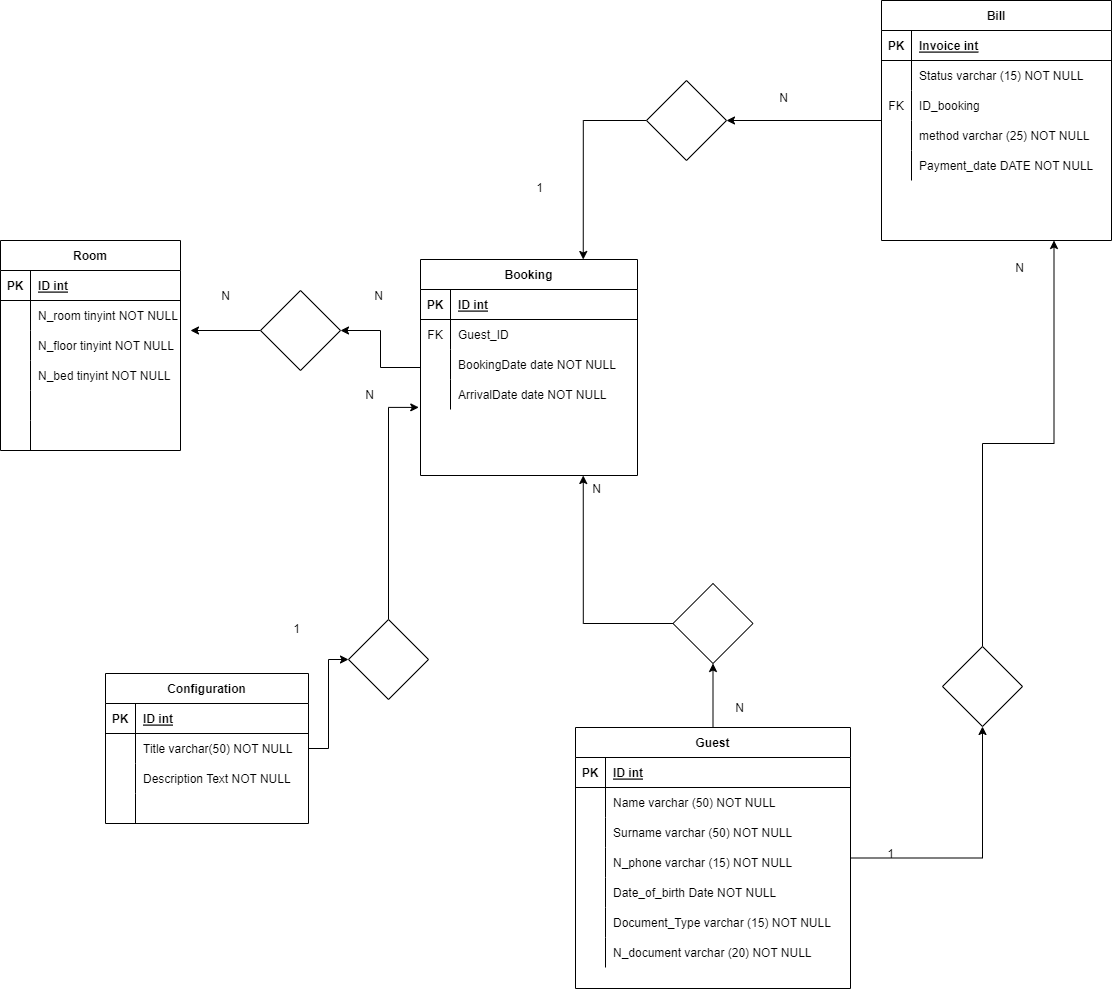
Before: Diagramma.png, a diagram exported from draw.io (Ser-Simone/db-hotel-tecnico). Source tidied: cells renumbered, new cells last; positions are measured from the earlier drawing's top-left corner, leaving out a move shared by most shapes.
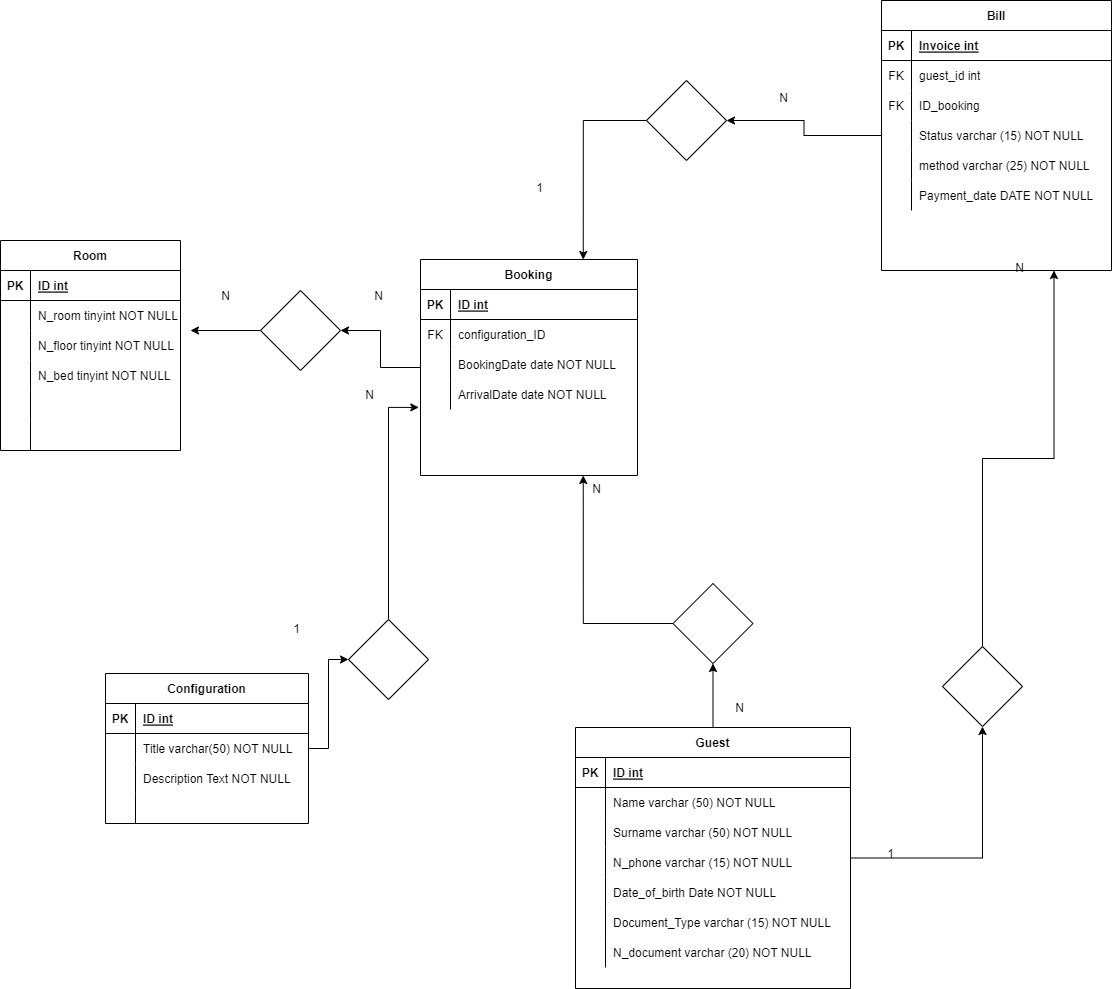
Above is the later version.

What changed in the source:
```diff
@@ -80,7 +80,7 @@
     <mxCell id="27" value="FK" style="shape=partialRectangle;fillColor=none;top=0;left=0;bottom=0;right=0;overflow=hidden;" parent="26" vertex="1">
       <mxGeometry width="30" height="30" as="geometry" />
     </mxCell>
-    <mxCell id="28" value="Guest_ID" style="shape=partialRectangle;fillColor=none;top=0;left=0;bottom=0;right=0;align=left;spacingLeft=6;overflow=hidden;" parent="26" vertex="1">
+    <mxCell id="28" value="configuration_ID" style="shape=partialRectangle;fillColor=none;top=0;left=0;bottom=0;right=0;align=left;spacingLeft=6;overflow=hidden;" parent="26" vertex="1">
       <mxGeometry x="30" width="187" height="30" as="geometry" />
     </mxCell>
     <mxCell id="29" style="shape=tableRow;horizontal=0;startSize=0;swimlaneHead=0;swimlaneBody=0;fillColor=none;top=0;left=0;right=0;bottom=0;" parent="22" vertex="1">
@@ -105,7 +105,7 @@
       <mxGeometry relative="1" as="geometry" />
     </mxCell>
     <mxCell id="36" value="Bill" style="shape=table;startSize=30;rowLines=0;fontStyle=1;align=center;" parent="1" vertex="1">
-      <mxGeometry x="881" width="230" height="240" as="geometry" />
+      <mxGeometry x="881" width="230" height="270" as="geometry" />
     </mxCell>
     <mxCell id="37" style="shape=tableRow;horizontal=0;startSize=0;swimlaneHead=0;swimlaneBody=0;fillColor=none;top=0;left=0;right=0;bottom=1;" parent="36" vertex="1">
       <mxGeometry y="30" width="230" height="30" as="geometry" />
@@ -116,8 +116,26 @@
     <mxCell id="39" value="Invoice int" style="shape=partialRectangle;fillColor=none;top=0;left=0;bottom=0;right=0;align=left;spacingLeft=6;fontStyle=5;overflow=hidden;" parent="37" vertex="1">
       <mxGeometry x="30" width="200" height="30" as="geometry" />
     </mxCell>
+    <mxCell id="110" style="shape=tableRow;horizontal=0;startSize=0;swimlaneHead=0;swimlaneBody=0;fillColor=none;top=0;left=0;right=0;bottom=0;" parent="36" vertex="1">
+      <mxGeometry y="60" width="230" height="30" as="geometry" />
+    </mxCell>
+    <mxCell id="111" value="FK" style="shape=partialRectangle;fillColor=none;top=0;left=0;bottom=0;right=0;overflow=hidden;" parent="110" vertex="1">
+      <mxGeometry width="30" height="30" as="geometry" />
+    </mxCell>
+    <mxCell id="112" value="guest_id int" style="shape=partialRectangle;fillColor=none;top=0;left=0;bottom=0;right=0;align=left;spacingLeft=6;overflow=hidden;" parent="110" vertex="1">
+      <mxGeometry x="30" width="200" height="30" as="geometry" />
+    </mxCell>
+    <mxCell id="43" style="shape=tableRow;horizontal=0;startSize=0;swimlaneHead=0;swimlaneBody=0;fillColor=none;top=0;left=0;right=0;bottom=0;" parent="36" vertex="1">
+      <mxGeometry y="90" width="230" height="30" as="geometry" />
+    </mxCell>
+    <mxCell id="44" value="FK" style="shape=partialRectangle;fillColor=none;top=0;left=0;bottom=0;right=0;overflow=hidden;" parent="43" vertex="1">
+      <mxGeometry width="30" height="30" as="geometry" />
+    </mxCell>
+    <mxCell id="45" value="ID_booking" style="shape=partialRectangle;fillColor=none;top=0;left=0;bottom=0;right=0;align=left;spacingLeft=6;overflow=hidden;" parent="43" vertex="1">
+      <mxGeometry x="30" width="200" height="30" as="geometry" />
+    </mxCell>
     <mxCell id="40" style="shape=tableRow;horizontal=0;startSize=0;swimlaneHead=0;swimlaneBody=0;fillColor=none;top=0;left=0;right=0;bottom=0;" parent="36" vertex="1">
-      <mxGeometry y="60" width="230" height="30" as="geometry" />
+      <mxGeometry y="120" width="230" height="30" as="geometry" />
     </mxCell>
     <mxCell id="41" style="shape=partialRectangle;fillColor=none;top=0;left=0;bottom=0;right=0;overflow=hidden;" parent="40" vertex="1">
       <mxGeometry width="30" height="30" as="geometry" />
@@ -125,17 +143,8 @@
     <mxCell id="42" value="Status varchar (15) NOT NULL" style="shape=partialRectangle;fillColor=none;top=0;left=0;bottom=0;right=0;align=left;spacingLeft=6;overflow=hidden;" parent="40" vertex="1">
       <mxGeometry x="30" width="200" height="30" as="geometry" />
     </mxCell>
-    <mxCell id="43" style="shape=tableRow;horizontal=0;startSize=0;swimlaneHead=0;swimlaneBody=0;fillColor=none;top=0;left=0;right=0;bottom=0;" parent="36" vertex="1">
-      <mxGeometry y="90" width="230" height="30" as="geometry" />
-    </mxCell>
-    <mxCell id="44" value="FK" style="shape=partialRectangle;fillColor=none;top=0;left=0;bottom=0;right=0;overflow=hidden;" parent="43" vertex="1">
-      <mxGeometry width="30" height="30" as="geometry" />
-    </mxCell>
-    <mxCell id="45" value="ID_booking" style="shape=partialRectangle;fillColor=none;top=0;left=0;bottom=0;right=0;align=left;spacingLeft=6;overflow=hidden;" parent="43" vertex="1">
-      <mxGeometry x="30" width="200" height="30" as="geometry" />
-    </mxCell>
     <mxCell id="46" style="shape=tableRow;horizontal=0;startSize=0;swimlaneHead=0;swimlaneBody=0;fillColor=none;top=0;left=0;right=0;bottom=0;" parent="36" vertex="1">
-      <mxGeometry y="120" width="230" height="30" as="geometry" />
+      <mxGeometry y="150" width="230" height="30" as="geometry" />
     </mxCell>
     <mxCell id="47" style="shape=partialRectangle;fillColor=none;top=0;left=0;bottom=0;right=0;overflow=hidden;" parent="46" vertex="1">
       <mxGeometry width="30" height="30" as="geometry" />
@@ -144,7 +153,7 @@
       <mxGeometry x="30" width="200" height="30" as="geometry" />
     </mxCell>
     <mxCell id="49" style="shape=tableRow;horizontal=0;startSize=0;swimlaneHead=0;swimlaneBody=0;fillColor=none;top=0;left=0;right=0;bottom=0;" parent="36" vertex="1">
-      <mxGeometry y="150" width="230" height="30" as="geometry" />
+      <mxGeometry y="180" width="230" height="30" as="geometry" />
     </mxCell>
     <mxCell id="50" style="shape=partialRectangle;fillColor=none;top=0;left=0;bottom=0;right=0;overflow=hidden;" parent="49" vertex="1">
       <mxGeometry width="30" height="30" as="geometry" />
```
